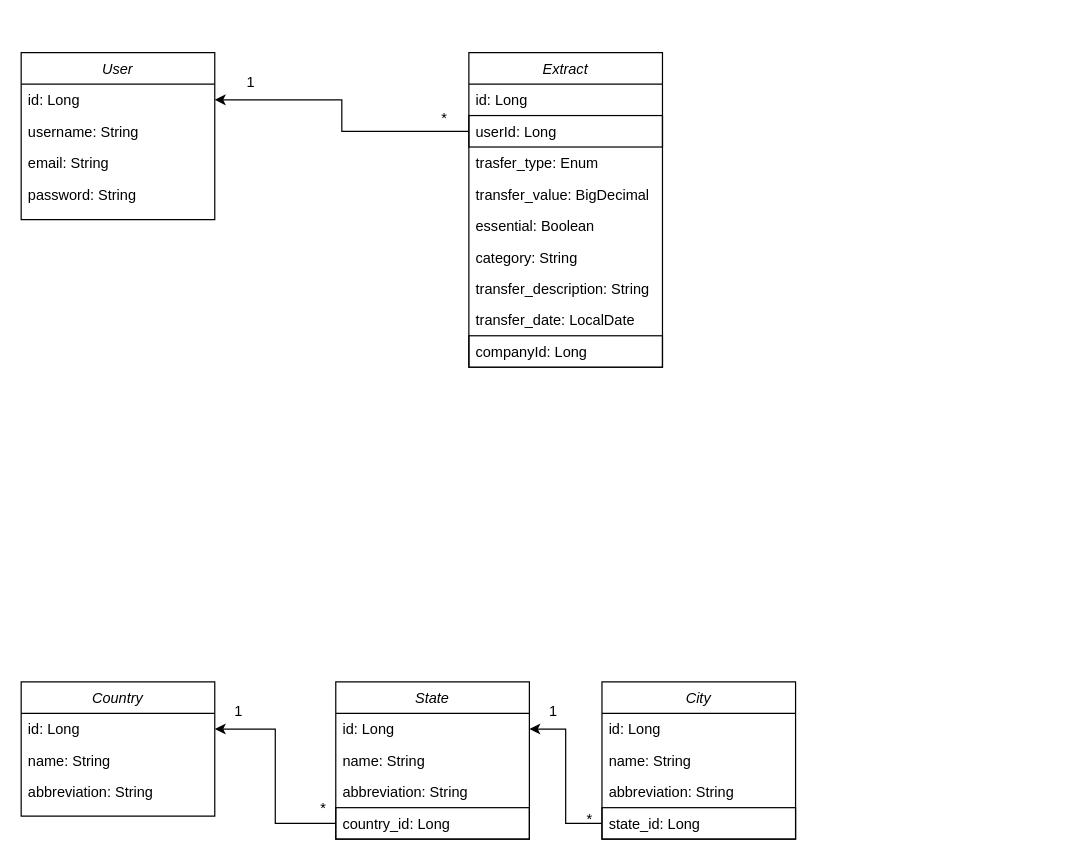
ViniPeralta/financenowback keeps this draw.io diagram as documentation/FinanceNowDB.drawio. Above is the earlier version. Source tidied: cells renumbered, new cells numbered last; positions are measured from the earlier drawing's top-left corner, leaving out a move shared by most shapes. Both pictures are drawn from the tidied source at 121%, with x=0, y=0 at pixel (21, 52).
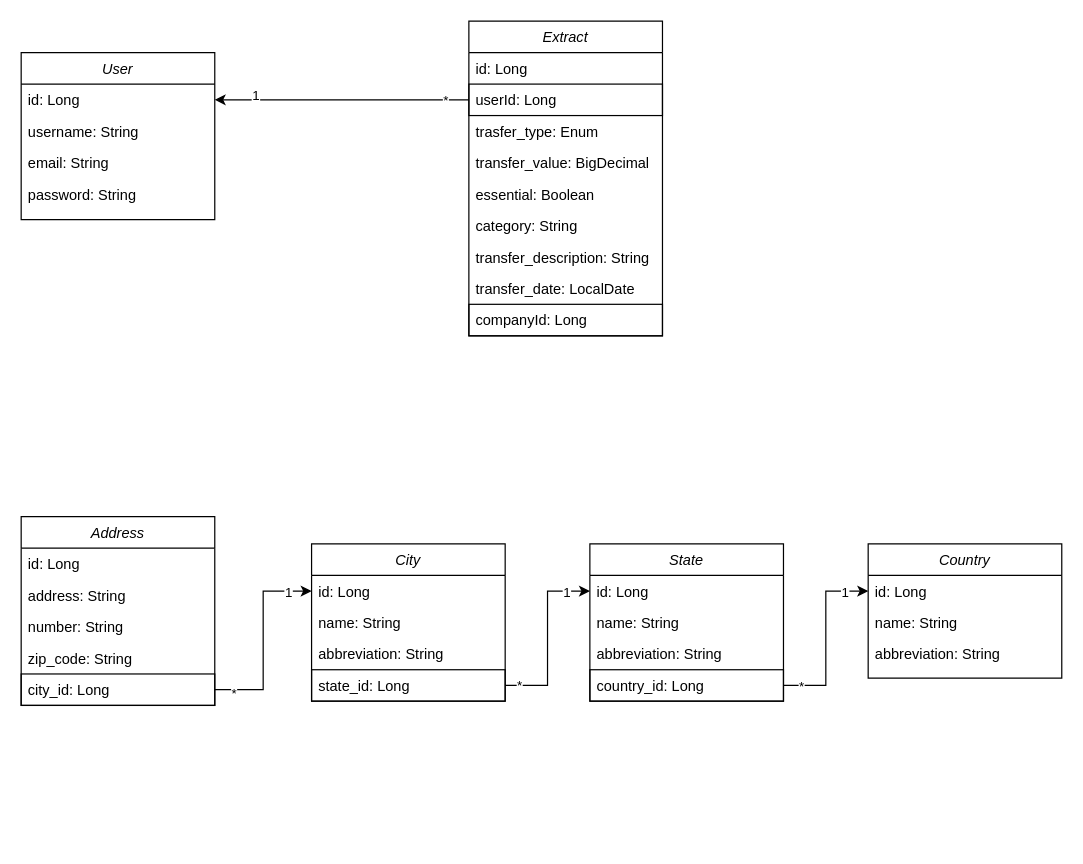
The same diagram, later.

Unchanged cells that the change refers to:
```xml
<mxCell id="17" style="edgeStyle=orthogonalEdgeStyle;rounded=0;jettySize=auto;html=1;entryX=1;entryY=0.5;entryDx=0;entryDy=0;" parent="1" edge="1" source="9" target="3">
  <mxGeometry relative="1" as="geometry" />
</mxCell>
<mxCell id="21" value="id: Long" style="text;align=left;verticalAlign=top;spacingLeft=4;spacingRight=4;overflow=hidden;points=[[0,0.5],[1,0.5]];portConstraint=eastwest;" parent="20" vertex="1">
  <mxGeometry y="26" width="160" height="26" as="geometry" />
</mxCell>
<mxCell id="25" value="id: Long" style="text;align=left;verticalAlign=top;spacingLeft=4;spacingRight=4;overflow=hidden;points=[[0,0.5],[1,0.5]];portConstraint=eastwest;" parent="24" vertex="1">
  <mxGeometry y="26" width="160" height="26" as="geometry" />
</mxCell>
<mxCell id="28" value="country_id: Long" style="text;align=left;verticalAlign=top;spacingLeft=4;spacingRight=4;overflow=hidden;points=[[0,0.5],[1,0.5]];portConstraint=eastwest;rounded=0;shadow=0;html=0;strokeColor=default;" parent="24" vertex="1">
  <mxGeometry y="104" width="160" height="26" as="geometry" />
</mxCell>
<mxCell id="33" value="id: Long" style="text;align=left;verticalAlign=top;spacingLeft=4;spacingRight=4;overflow=hidden;points=[[0,0.5],[1,0.5]];portConstraint=eastwest;" parent="32" vertex="1">
  <mxGeometry y="26" width="160" height="26" as="geometry" />
</mxCell>
<mxCell id="36" value="state_id: Long" style="text;align=left;verticalAlign=top;spacingLeft=4;spacingRight=4;overflow=hidden;points=[[0,0.5],[1,0.5]];portConstraint=eastwest;rounded=0;shadow=0;html=0;strokeColor=default;" parent="32" vertex="1">
  <mxGeometry y="104" width="160" height="26" as="geometry" />
</mxCell>
```

Change to the diagram source:
```diff
@@
     <mxCell id="7" value="Extract" style="swimlane;fontStyle=2;align=center;verticalAlign=top;horizontal=1;startSize=26;rounded=0;shadow=0;strokeWidth=1;" parent="1" vertex="1">
-      <mxGeometry x="370" width="160" height="260" as="geometry" />
+      <mxGeometry x="370" y="-26" width="160" height="260" as="geometry" />
     </mxCell>
@@
-    <mxCell id="18" value="1" style="text;html=1;align=center;verticalAlign=middle;whiteSpace=wrap;rounded=0;" parent="1" vertex="1">
-      <mxGeometry x="160" y="10" width="60" height="30" as="geometry" />
-    </mxCell>
-    <mxCell id="19" value="*" style="text;html=1;align=center;verticalAlign=middle;whiteSpace=wrap;rounded=0;" parent="1" vertex="1">
-      <mxGeometry x="320" y="40" width="60" height="30" as="geometry" />
-    </mxCell>
+    <mxCell id="40" value="1" style="edgeLabel;html=1;align=center;verticalAlign=middle;" parent="17" vertex="1">
+      <mxGeometry x="0.69" y="-4" relative="1" as="geometry" />
+    </mxCell>
+    <mxCell id="41" value="*" style="edgeLabel;html=1;align=center;verticalAlign=middle;" parent="17" vertex="1">
+      <mxGeometry x="-0.81" relative="1" as="geometry" />
+    </mxCell>
     <mxCell id="20" value="Country" style="swimlane;fontStyle=2;align=center;verticalAlign=top;horizontal=1;startSize=26;rounded=0;shadow=0;strokeWidth=1;" parent="1" vertex="1">
-      <mxGeometry y="520" width="160" height="111" as="geometry" />
+      <mxGeometry x="700" y="406" width="160" height="111" as="geometry" />
     </mxCell>
@@
     <mxCell id="24" value="State" style="swimlane;fontStyle=2;align=center;verticalAlign=top;horizontal=1;startSize=26;rounded=0;shadow=0;strokeWidth=1;" parent="1" vertex="1">
-      <mxGeometry x="260" y="520" width="160" height="130" as="geometry" />
+      <mxGeometry x="470" y="406" width="160" height="130" as="geometry" />
     </mxCell>
@@
-    <mxCell id="29" style="edgeStyle=orthogonalEdgeStyle;rounded=0;jettySize=auto;html=1;" parent="1" edge="1" source="28" target="21">
-      <mxGeometry relative="1" as="geometry" />
-    </mxCell>
-    <mxCell id="30" value="1" style="text;html=1;align=center;verticalAlign=middle;whiteSpace=wrap;rounded=0;" parent="1" vertex="1">
-      <mxGeometry x="150" y="530" width="60" height="30" as="geometry" />
-    </mxCell>
-    <mxCell id="31" value="*" style="text;html=1;align=center;verticalAlign=middle;whiteSpace=wrap;rounded=0;" parent="1" vertex="1">
-      <mxGeometry x="220" y="610" width="60" height="30" as="geometry" />
-    </mxCell>
     <mxCell id="32" value="City" style="swimlane;fontStyle=2;align=center;verticalAlign=top;horizontal=1;startSize=26;rounded=0;shadow=0;strokeWidth=1;" parent="1" vertex="1">
-      <mxGeometry x="480" y="520" width="160" height="130" as="geometry" />
+      <mxGeometry x="240" y="406" width="160" height="130" as="geometry" />
     </mxCell>
@@
+    <mxCell id="42" value="Address" style="swimlane;fontStyle=2;align=center;verticalAlign=top;horizontal=1;startSize=26;rounded=0;shadow=0;strokeWidth=1;" parent="1" vertex="1">
+      <mxGeometry y="383.5" width="160" height="156" as="geometry" />
+    </mxCell>
+    <mxCell id="43" value="id: Long" style="text;align=left;verticalAlign=top;spacingLeft=4;spacingRight=4;overflow=hidden;" parent="42" vertex="1">
+      <mxGeometry y="26" width="160" height="26" as="geometry" />
+    </mxCell>
+    <mxCell id="44" value="address: String" style="text;align=left;verticalAlign=top;spacingLeft=4;spacingRight=4;overflow=hidden;rounded=0;shadow=0;html=0;" parent="42" vertex="1">
+      <mxGeometry y="52" width="160" height="26" as="geometry" />
+    </mxCell>
+    <mxCell id="45" value="number: String" style="text;align=left;verticalAlign=top;spacingLeft=4;spacingRight=4;overflow=hidden;rounded=0;shadow=0;html=0;" parent="42" vertex="1">
+      <mxGeometry y="78" width="160" height="26" as="geometry" />
+    </mxCell>
+    <mxCell id="46" value="zip_code: String" style="text;align=left;verticalAlign=top;spacingLeft=4;spacingRight=4;overflow=hidden;rounded=0;shadow=0;html=0;" parent="42" vertex="1">
+      <mxGeometry y="104" width="160" height="26" as="geometry" />
+    </mxCell>
+    <mxCell id="47" value="city_id: Long" style="text;align=left;verticalAlign=top;spacingLeft=4;spacingRight=4;overflow=hidden;points=[[0,0.5],[1,0.5]];portConstraint=eastwest;rounded=0;shadow=0;html=0;strokeColor=default;" parent="42" vertex="1">
+      <mxGeometry y="130" width="160" height="26" as="geometry" />
+    </mxCell>
+    <mxCell id="48" style="edgeStyle=orthogonalEdgeStyle;rounded=0;jettySize=auto;html=1;entryX=0;entryY=0.5;entryDx=0;entryDy=0;" parent="1" edge="1" source="47" target="33">
+      <mxGeometry relative="1" as="geometry" />
+    </mxCell>
+    <mxCell id="49" value="*" style="edgeLabel;html=1;align=center;verticalAlign=middle;" parent="48" vertex="1">
+      <mxGeometry x="-0.82" y="-3" relative="1" as="geometry" />
+    </mxCell>
+    <mxCell id="50" value="1" style="edgeLabel;html=1;align=center;verticalAlign=middle;" parent="48" vertex="1">
+      <mxGeometry x="0.76" relative="1" as="geometry" />
+    </mxCell>
-    <mxCell id="37" style="edgeStyle=orthogonalEdgeStyle;rounded=0;jettySize=auto;html=1;entryX=1;entryY=0.5;entryDx=0;entryDy=0;" parent="1" edge="1" source="36" target="25">
+    <mxCell id="37" style="edgeStyle=orthogonalEdgeStyle;rounded=0;jettySize=auto;html=1;entryX=0;entryY=0.5;entryDx=0;entryDy=0;" parent="1" edge="1" source="36" target="25">
       <mxGeometry relative="1" as="geometry" />
     </mxCell>
-    <mxCell id="38" value="1" style="text;html=1;align=center;verticalAlign=middle;whiteSpace=wrap;rounded=0;" parent="1" vertex="1">
-      <mxGeometry x="410" y="530" width="60" height="30" as="geometry" />
-    </mxCell>
-    <mxCell id="39" value="*" style="text;html=1;align=center;verticalAlign=middle;whiteSpace=wrap;rounded=0;" parent="1" vertex="1">
-      <mxGeometry x="440" y="619" width="60" height="30" as="geometry" />
-    </mxCell>
+    <mxCell id="51" value="*" style="edgeLabel;html=1;align=center;verticalAlign=middle;" parent="37" vertex="1">
+      <mxGeometry x="-0.85" y="1" relative="1" as="geometry" />
+    </mxCell>
+    <mxCell id="52" value="1" style="edgeLabel;html=1;align=center;verticalAlign=middle;" parent="37" vertex="1">
+      <mxGeometry x="0.73" relative="1" as="geometry" />
+    </mxCell>
+    <mxCell id="29" style="edgeStyle=orthogonalEdgeStyle;rounded=0;jettySize=auto;html=1;entryX=0;entryY=0.5;entryDx=0;entryDy=0;" parent="1" edge="1" source="28" target="21">
+      <mxGeometry relative="1" as="geometry" />
+    </mxCell>
+    <mxCell id="53" value="1" style="edgeLabel;html=1;align=center;verticalAlign=middle;" parent="29" vertex="1">
+      <mxGeometry x="0.73" relative="1" as="geometry" />
+    </mxCell>
+    <mxCell id="54" value="*" style="edgeLabel;html=1;align=center;verticalAlign=middle;" parent="29" vertex="1">
+      <mxGeometry x="-0.81" relative="1" as="geometry" />
+    </mxCell>
```
